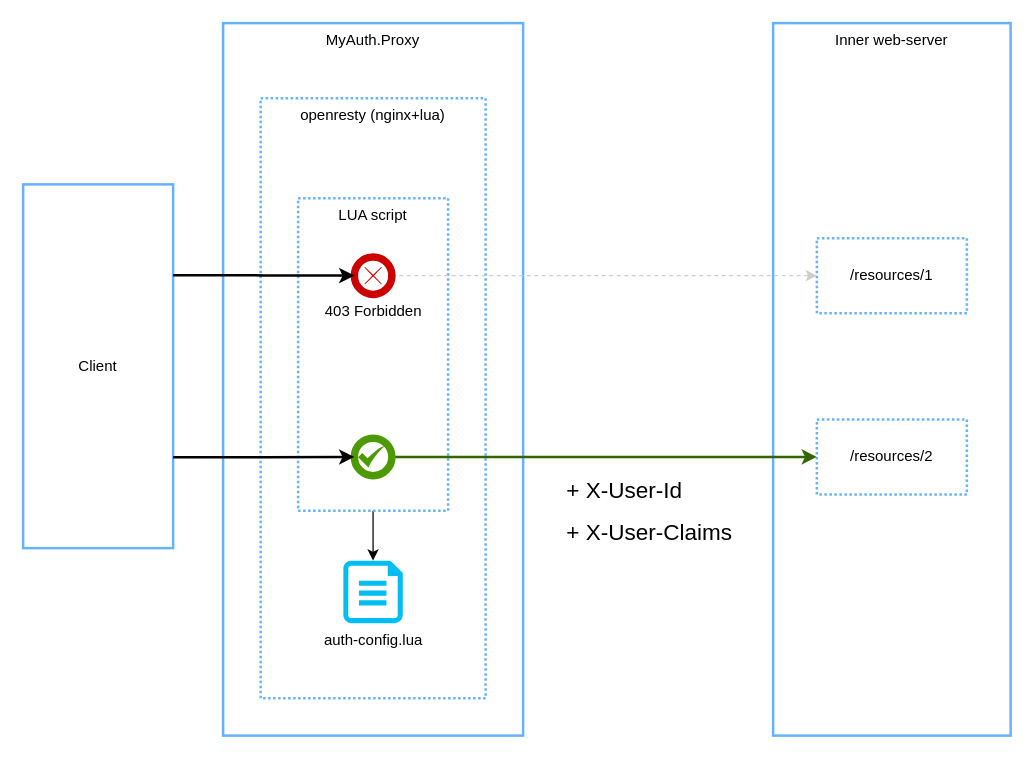
Earlier version of the draw.io diagram doc/my-auth-proxy.drawio (myauth-framework/proxy). Source tidied: cells renumbered, new cells numbered last; positions are measured from the earlier drawing's top-left corner, leaving out a move shared by most shapes. Both pictures are drawn from the tidied source at 125%, with x=0, y=0 at pixel (22, 22).
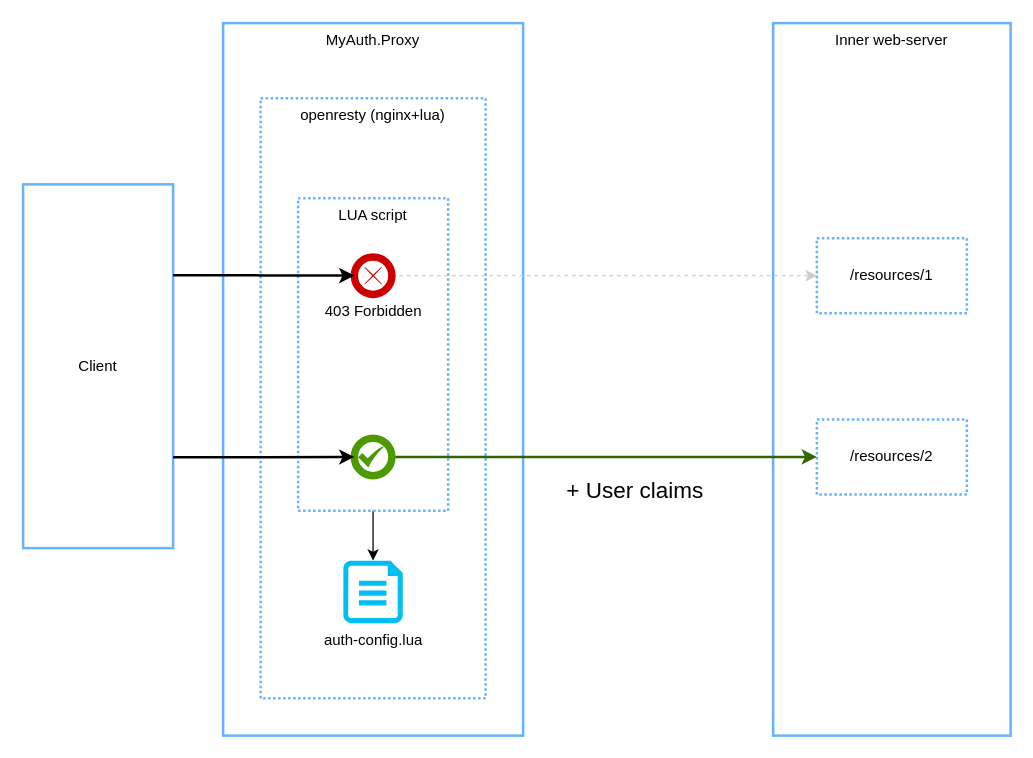
The same diagram, later.

Commit message (it also covers changes not shown here):
Add changelog and refactoring for output schema extension

What changed in the source:
```diff
@@
 <mxGraphModel>
   <root>
     <mxCell id="0" />
     <mxCell id="1" parent="0" />
     <mxCell id="2" value="MyAuth.Proxy" style="rounded=0;whiteSpace=wrap;html=1;strokeColor=#66B2FF;strokeWidth=2;align=center;verticalAlign=top;" parent="1" vertex="1">
       <mxGeometry x="160" width="240" height="570" as="geometry" />
     </mxCell>
     <mxCell id="3" value="openresty (nginx+lua)" style="rounded=0;whiteSpace=wrap;html=1;strokeColor=#66B2FF;strokeWidth=2;verticalAlign=top;dashed=1;dashPattern=1 1;" parent="1" vertex="1">
       <mxGeometry x="190" y="60" width="180" height="480" as="geometry" />
     </mxCell>
     <mxCell id="4" value="Client" style="rounded=0;whiteSpace=wrap;html=1;strokeColor=#66B2FF;strokeWidth=2;fontFamily=Helvetica;fontSize=12;align=center;" parent="1" vertex="1">
       <mxGeometry y="129" width="120" height="291" as="geometry" />
     </mxCell>
     <mxCell id="5" value="auth-config.lua" style="verticalLabelPosition=bottom;html=1;verticalAlign=top;align=center;strokeColor=none;fillColor=#00BEF2;shape=mxgraph.azure.cloud_services_configuration_file;fontFamily=Helvetica;fontSize=12;" parent="1" vertex="1">
       <mxGeometry x="256.2" y="430" width="47.5" height="50" as="geometry" />
     </mxCell>
     <mxCell id="6" value="Inner web-server" style="rounded=0;whiteSpace=wrap;html=1;strokeColor=#66B2FF;strokeWidth=2;fontFamily=Helvetica;fontSize=12;align=center;verticalAlign=top;" parent="1" vertex="1">
       <mxGeometry x="600" width="190" height="570" as="geometry" />
     </mxCell>
     <mxCell id="7" value="/resources/1" style="rounded=0;whiteSpace=wrap;html=1;strokeColor=#66B2FF;strokeWidth=2;fontFamily=Helvetica;fontSize=12;align=center;dashed=1;dashPattern=1 1;" parent="1" vertex="1">
       <mxGeometry x="635" y="172" width="120" height="60" as="geometry" />
     </mxCell>
     <mxCell id="8" value="/resources/2" style="rounded=0;whiteSpace=wrap;html=1;strokeColor=#66B2FF;strokeWidth=2;fontFamily=Helvetica;fontSize=12;align=center;dashed=1;dashPattern=1 1;" parent="1" vertex="1">
       <mxGeometry x="635" y="317" width="120" height="60" as="geometry" />
     </mxCell>
     <mxCell id="9" style="edgeStyle=orthogonalEdgeStyle;rounded=0;jettySize=auto;html=1;fontFamily=Helvetica;fontSize=12;entryX=0.5;entryY=0;entryDx=0;entryDy=0;entryPerimeter=0;" parent="1" edge="1" source="10" target="5">
       <mxGeometry relative="1" as="geometry" />
     </mxCell>
     <mxCell id="10" value="LUA script" style="rounded=0;whiteSpace=wrap;html=1;strokeColor=#66B2FF;strokeWidth=2;fontFamily=Helvetica;fontSize=12;align=center;verticalAlign=top;dashed=1;dashPattern=1 1;" parent="1" vertex="1">
       <mxGeometry x="220" y="140" width="120" height="250" as="geometry" />
     </mxCell>
     <mxCell id="11" style="edgeStyle=orthogonalEdgeStyle;rounded=0;jettySize=auto;html=1;exitX=1;exitY=0.5;exitDx=0;exitDy=0;entryX=0;entryY=0.5;entryDx=0;entryDy=0;fontFamily=Helvetica;fontSize=12;fontColor=#000000;dashed=1;strokeColor=#CCCCCC;" parent="1" edge="1" source="12" target="7">
       <mxGeometry relative="1" as="geometry" />
     </mxCell>
     <mxCell id="12" value="403 Forbidden" style="shape=mxgraph.bpmn.shape;html=1;verticalLabelPosition=bottom;labelBackgroundColor=#ffffff;verticalAlign=top;align=center;perimeter=ellipsePerimeter;outlineConnect=0;outline=end;symbol=cancel;strokeColor=#CC0000;strokeWidth=2;fontFamily=Helvetica;fontSize=12;fontColor=#000000;" parent="1" vertex="1">
       <mxGeometry x="265" y="187" width="30" height="30" as="geometry" />
     </mxCell>
     <mxCell id="13" style="edgeStyle=orthogonalEdgeStyle;rounded=0;jettySize=auto;html=1;exitX=1;exitY=0.25;exitDx=0;exitDy=0;entryX=0;entryY=0.5;entryDx=0;entryDy=0;fontFamily=Helvetica;fontSize=12;fontColor=#000000;strokeWidth=2;" parent="1" edge="1" source="4" target="12">
       <mxGeometry relative="1" as="geometry" />
     </mxCell>
     <mxCell id="14" style="edgeStyle=orthogonalEdgeStyle;rounded=0;jettySize=auto;html=1;exitX=1;exitY=0.5;exitDx=0;exitDy=0;entryX=0;entryY=0.5;entryDx=0;entryDy=0;fontFamily=Helvetica;fontSize=12;fontColor=#000000;strokeWidth=2;strokeColor=#336600;" parent="1" edge="1" source="15" target="8">
       <mxGeometry relative="1" as="geometry" />
     </mxCell>
     <mxCell id="15" style="ellipse;whiteSpace=wrap;html=1;strokeColor=#4D9900;strokeWidth=6;fontFamily=Helvetica;fontSize=12;fontColor=#000000;align=center;" parent="1" vertex="1">
       <mxGeometry x="265" y="332" width="30" height="30" as="geometry" />
     </mxCell>
     <mxCell id="16" style="edgeStyle=orthogonalEdgeStyle;rounded=0;jettySize=auto;html=1;exitX=1;exitY=0.75;exitDx=0;exitDy=0;entryX=0;entryY=0.5;entryDx=0;entryDy=0;fontFamily=Helvetica;fontSize=12;fontColor=#000000;strokeWidth=2;" parent="1" edge="1" source="4" target="15">
       <mxGeometry relative="1" as="geometry" />
     </mxCell>
     <mxCell id="17" style="html=1;strokeColor=none;shadow=0;align=center;verticalAlign=top;fillColor=#4D9900;shape=mxgraph.gcp2.check;fontFamily=Helvetica;fontSize=12;fontColor=#000000;" parent="1" vertex="1">
       <mxGeometry x="268" y="338.5" width="21.2" height="17" as="geometry" />
     </mxCell>
-    <mxCell id="18" value="&lt;h1 style=&quot;font-size: 18px;&quot;&gt;&lt;span style=&quot;font-weight: normal; font-size: 18px;&quot;&gt;+ X-User-Id&lt;/span&gt;&lt;/h1&gt;&lt;div style=&quot;font-size: 18px;&quot;&gt;+ X-User-Claims&lt;/div&gt;" style="text;html=1;strokeColor=none;fillColor=none;spacing=5;spacingTop=-20;whiteSpace=wrap;overflow=hidden;rounded=0;fontSize=18;fontStyle=0;" parent="1" vertex="1">
-      <mxGeometry x="430" y="362" width="150" height="58" as="geometry" />
+    <mxCell id="18" value="&lt;h1 style=&quot;font-size: 18px&quot;&gt;&lt;span style=&quot;font-weight: normal ; font-size: 18px&quot;&gt;+ User claims&lt;br&gt;&lt;/span&gt;&lt;/h1&gt;" style="text;html=1;strokeColor=none;fillColor=none;spacing=5;spacingTop=-20;whiteSpace=wrap;overflow=hidden;rounded=0;fontSize=18;fontStyle=0;" parent="1" vertex="1">
+      <mxGeometry x="430" y="362" width="150" height="28" as="geometry" />
     </mxCell>
   </root>
 </mxGraphModel>
```
